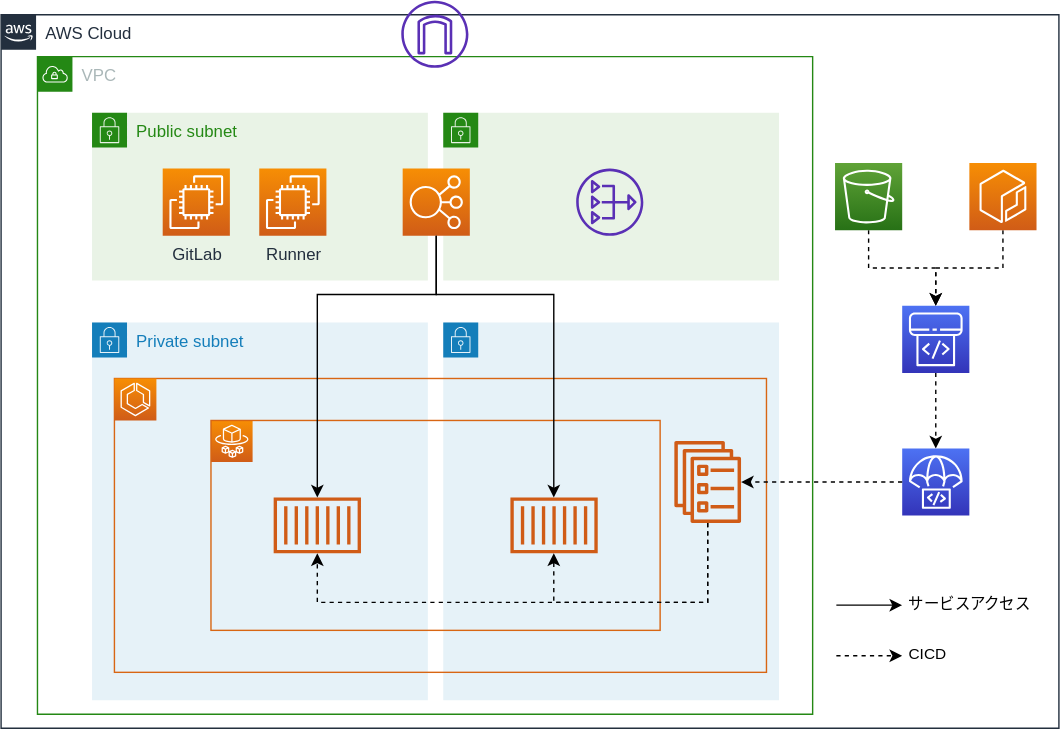
The draw.io diagram documents/images/use-service.svg in moriryota62/ecs-cicd, before a commit. Source tidied: cells renumbered, new cells last; positions are measured from the earlier drawing's top-left corner, leaving out a move shared by most shapes. Its diagram source:
```xml
<mxGraphModel>
  <root>
    <mxCell id="0" />
    <mxCell id="1" parent="0" />
    <mxCell id="2" value="AWS Cloud" style="gradientColor=none;html=1;whiteSpace=wrap;fontSize=12;fontStyle=0;shape=mxgraph.aws4.group;grIcon=mxgraph.aws4.group_aws_cloud_alt;strokeColor=#232F3E;fillColor=none;verticalAlign=top;align=left;spacingLeft=30;fontColor=#232F3E;dashed=0;" parent="1" vertex="1">
      <mxGeometry y="10" width="756" height="510" as="geometry" />
    </mxCell>
    <mxCell id="3" value="VPC" style="gradientColor=none;html=1;whiteSpace=wrap;fontSize=12;fontStyle=0;shape=mxgraph.aws4.group;grIcon=mxgraph.aws4.group_vpc;strokeColor=#248814;fillColor=none;verticalAlign=top;align=left;spacingLeft=30;fontColor=#AAB7B8;dashed=0;" parent="1" vertex="1">
      <mxGeometry x="26" y="40" width="554" height="470" as="geometry" />
    </mxCell>
    <mxCell id="4" value="Public subnet" style="gradientColor=none;html=1;whiteSpace=wrap;fontSize=12;fontStyle=0;shape=mxgraph.aws4.group;grIcon=mxgraph.aws4.group_security_group;grStroke=0;strokeColor=#248814;fillColor=#E9F3E6;verticalAlign=top;align=left;spacingLeft=30;fontColor=#248814;dashed=0;" parent="1" vertex="1">
      <mxGeometry x="65" y="80" width="240" height="120" as="geometry" />
    </mxCell>
    <mxCell id="5" style="gradientColor=none;html=1;whiteSpace=wrap;fontSize=12;fontStyle=0;shape=mxgraph.aws4.group;grIcon=mxgraph.aws4.group_security_group;grStroke=0;strokeColor=#248814;fillColor=#E9F3E6;verticalAlign=top;align=left;spacingLeft=30;fontColor=#248814;dashed=0;" parent="1" vertex="1">
      <mxGeometry x="316" y="80" width="240" height="120" as="geometry" />
    </mxCell>
    <mxCell id="6" style="outlineConnect=0;fontColor=#232F3E;gradientColor=#F78E04;gradientDirection=north;fillColor=#D05C17;strokeColor=#ffffff;dashed=0;verticalLabelPosition=bottom;verticalAlign=top;align=center;html=1;fontSize=12;fontStyle=0;shape=mxgraph.aws4.resourceIcon;resIcon=mxgraph.aws4.elastic_load_balancing;" parent="1" vertex="1">
      <mxGeometry x="287" y="120" width="48" height="48" as="geometry" />
    </mxCell>
    <mxCell id="7" value="GitLab" style="fontColor=#232F3E;gradientColor=#F78E04;gradientDirection=north;fillColor=#D05C17;strokeColor=#ffffff;dashed=0;verticalLabelPosition=bottom;verticalAlign=top;align=center;html=1;fontSize=12;fontStyle=0;shape=mxgraph.aws4.resourceIcon;resIcon=mxgraph.aws4.ec2;" parent="1" vertex="1">
      <mxGeometry x="115.5" y="120" width="48" height="48" as="geometry" />
    </mxCell>
    <mxCell id="8" value="Runner" style="fontColor=#232F3E;gradientColor=#F78E04;gradientDirection=north;fillColor=#D05C17;strokeColor=#ffffff;dashed=0;verticalLabelPosition=bottom;verticalAlign=top;align=center;html=1;fontSize=12;fontStyle=0;shape=mxgraph.aws4.resourceIcon;resIcon=mxgraph.aws4.ec2;" parent="1" vertex="1">
      <mxGeometry x="184.5" y="120" width="48" height="48" as="geometry" />
    </mxCell>
    <mxCell id="9" style="fontColor=#232F3E;gradientColor=none;fillColor=#5A30B5;strokeColor=none;dashed=0;verticalLabelPosition=bottom;verticalAlign=top;align=center;html=1;fontSize=12;fontStyle=0;shape=mxgraph.aws4.internet_gateway;" parent="1" vertex="1">
      <mxGeometry x="286" width="48" height="48" as="geometry" />
    </mxCell>
    <mxCell id="10" style="edgeStyle=orthogonalEdgeStyle;rounded=0;jettySize=auto;html=1;dashed=1;" parent="1" edge="1" source="11" target="12">
      <mxGeometry relative="1" as="geometry" />
    </mxCell>
    <mxCell id="11" style="outlineConnect=0;fontColor=#232F3E;gradientColor=#4D72F3;gradientDirection=north;fillColor=#3334B9;strokeColor=#ffffff;dashed=0;verticalLabelPosition=bottom;verticalAlign=top;align=center;html=1;fontSize=12;fontStyle=0;shape=mxgraph.aws4.resourceIcon;resIcon=mxgraph.aws4.codepipeline;" parent="1" vertex="1">
      <mxGeometry x="644" y="218" width="48" height="48" as="geometry" />
    </mxCell>
    <mxCell id="12" style="outlineConnect=0;fontColor=#232F3E;gradientColor=#4D72F3;gradientDirection=north;fillColor=#3334B9;strokeColor=#ffffff;dashed=0;verticalLabelPosition=bottom;verticalAlign=top;align=center;html=1;fontSize=12;fontStyle=0;shape=mxgraph.aws4.resourceIcon;resIcon=mxgraph.aws4.codedeploy;" parent="1" vertex="1">
      <mxGeometry x="644" y="320" width="48" height="48" as="geometry" />
    </mxCell>
    <mxCell id="13" style="edgeStyle=orthogonalEdgeStyle;rounded=0;jettySize=auto;html=1;dashed=1;" parent="1" edge="1" source="14" target="11">
      <mxGeometry relative="1" as="geometry" />
    </mxCell>
    <mxCell id="14" style="outlineConnect=0;fontColor=#232F3E;gradientColor=#60A337;gradientDirection=north;fillColor=#277116;strokeColor=#ffffff;dashed=0;verticalLabelPosition=bottom;verticalAlign=top;align=center;html=1;fontSize=12;fontStyle=0;shape=mxgraph.aws4.resourceIcon;resIcon=mxgraph.aws4.s3;" parent="1" vertex="1">
      <mxGeometry x="596" y="116" width="48" height="48" as="geometry" />
    </mxCell>
    <mxCell id="15" style="edgeStyle=orthogonalEdgeStyle;rounded=0;jettySize=auto;html=1;dashed=1;" parent="1" edge="1" source="16" target="11">
      <mxGeometry relative="1" as="geometry" />
    </mxCell>
    <mxCell id="16" style="outlineConnect=0;fontColor=#232F3E;gradientColor=#F78E04;gradientDirection=north;fillColor=#D05C17;strokeColor=#ffffff;dashed=0;verticalLabelPosition=bottom;verticalAlign=top;align=center;html=1;fontSize=12;fontStyle=0;shape=mxgraph.aws4.resourceIcon;resIcon=mxgraph.aws4.ecr;" parent="1" vertex="1">
      <mxGeometry x="692" y="116" width="48" height="48" as="geometry" />
    </mxCell>
    <mxCell id="17" style="endArrow=classic;html=1;dashed=1;" parent="1" edge="1">
      <mxGeometry relative="1" as="geometry">
        <mxPoint x="596.9" y="468.2" as="sourcePoint" />
        <mxPoint x="643.9" y="468.2" as="targetPoint" />
      </mxGeometry>
    </mxCell>
    <mxCell id="18" value="CICD" style="edgeLabel;html=1;align=left;verticalAlign=middle;labelPosition=right;verticalLabelPosition=middle;" parent="17" vertex="1">
      <mxGeometry x="0.42" y="2" relative="1" as="geometry">
        <mxPoint x="17.1" as="offset" />
      </mxGeometry>
    </mxCell>
    <mxCell id="19" style="endArrow=classic;html=1;" parent="1" edge="1">
      <mxGeometry relative="1" as="geometry">
        <mxPoint x="596.9" y="432" as="sourcePoint" />
        <mxPoint x="643.9" y="432" as="targetPoint" />
      </mxGeometry>
    </mxCell>
    <mxCell id="20" value="サービスアクセス" style="edgeLabel;html=1;align=left;verticalAlign=middle;labelPosition=right;verticalLabelPosition=middle;" parent="19" vertex="1">
      <mxGeometry x="0.42" y="2" relative="1" as="geometry">
        <mxPoint x="17.1" as="offset" />
      </mxGeometry>
    </mxCell>
    <mxCell id="21" value="Private subnet" style="gradientColor=none;html=1;whiteSpace=wrap;fontSize=12;fontStyle=0;shape=mxgraph.aws4.group;grIcon=mxgraph.aws4.group_security_group;grStroke=0;strokeColor=#147EBA;fillColor=#E6F2F8;verticalAlign=top;align=left;spacingLeft=30;fontColor=#147EBA;dashed=0;" parent="1" vertex="1">
      <mxGeometry x="65" y="230" width="240" height="270" as="geometry" />
    </mxCell>
    <mxCell id="22" style="gradientColor=none;html=1;whiteSpace=wrap;fontSize=12;fontStyle=0;shape=mxgraph.aws4.group;grIcon=mxgraph.aws4.group_security_group;grStroke=0;strokeColor=#147EBA;fillColor=#E6F2F8;verticalAlign=top;align=left;spacingLeft=30;fontColor=#147EBA;dashed=0;" parent="1" vertex="1">
      <mxGeometry x="316" y="230" width="240" height="270" as="geometry" />
    </mxCell>
    <mxCell id="23" style="rounded=0;whiteSpace=wrap;html=1;strokeColor=#D86613;fillColor=none;" parent="1" vertex="1">
      <mxGeometry x="81" y="270" width="466" height="210" as="geometry" />
    </mxCell>
    <mxCell id="24" style="fontColor=#232F3E;gradientColor=#F78E04;gradientDirection=north;fillColor=#D05C17;strokeColor=#ffffff;dashed=0;verticalLabelPosition=bottom;verticalAlign=top;align=center;html=1;fontSize=12;fontStyle=0;shape=mxgraph.aws4.resourceIcon;resIcon=mxgraph.aws4.ecs;" parent="1" vertex="1">
      <mxGeometry x="81" y="270" width="30" height="30" as="geometry" />
    </mxCell>
    <mxCell id="25" style="edgeStyle=orthogonalEdgeStyle;rounded=0;jettySize=auto;html=1;dashed=1;" parent="1" edge="1" source="26" target="30">
      <mxGeometry relative="1" as="geometry">
        <Array as="points">
          <mxPoint x="505" y="430" />
          <mxPoint x="226" y="430" />
        </Array>
      </mxGeometry>
    </mxCell>
    <mxCell id="26" style="outlineConnect=0;fontColor=#232F3E;gradientColor=none;fillColor=#D05C17;strokeColor=none;dashed=0;verticalLabelPosition=bottom;verticalAlign=top;align=center;html=1;fontSize=12;fontStyle=0;shape=mxgraph.aws4.ecs_service;" parent="1" vertex="1">
      <mxGeometry x="481" y="314.8" width="48" height="58.5" as="geometry" />
    </mxCell>
    <mxCell id="27" style="fontColor=#232F3E;gradientColor=#F78E04;gradientDirection=north;fillColor=#D05C17;strokeColor=#ffffff;dashed=0;verticalLabelPosition=bottom;verticalAlign=top;align=center;html=1;fontSize=12;fontStyle=0;shape=mxgraph.aws4.resourceIcon;resIcon=mxgraph.aws4.fargate;" parent="1" vertex="1">
      <mxGeometry x="150" y="300" width="29.8" height="29.8" as="geometry" />
    </mxCell>
    <mxCell id="28" style="rounded=0;whiteSpace=wrap;html=1;strokeColor=#D86613;fillColor=none;" parent="1" vertex="1">
      <mxGeometry x="150" y="300" width="321" height="150" as="geometry" />
    </mxCell>
    <mxCell id="29" style="edgeStyle=orthogonalEdgeStyle;rounded=0;orthogonalLoop=1;jettySize=auto;html=1;exitX=0.5;exitY=1;exitDx=0;exitDy=0;" parent="1" edge="1" source="28" target="28">
      <mxGeometry relative="1" as="geometry" />
    </mxCell>
    <mxCell id="30" style="outlineConnect=0;fontColor=#232F3E;gradientColor=none;fillColor=#D05C17;strokeColor=none;dashed=0;verticalLabelPosition=bottom;verticalAlign=top;align=center;html=1;fontSize=12;fontStyle=0;shape=mxgraph.aws4.container_1;" parent="1" vertex="1">
      <mxGeometry x="194.8" y="355" width="62.4" height="40" as="geometry" />
    </mxCell>
    <mxCell id="31" style="outlineConnect=0;fontColor=#232F3E;gradientColor=none;fillColor=#D05C17;strokeColor=none;dashed=0;verticalLabelPosition=bottom;verticalAlign=top;align=center;html=1;fontSize=12;fontStyle=0;shape=mxgraph.aws4.container_1;" parent="1" vertex="1">
      <mxGeometry x="364" y="355" width="62.4" height="40" as="geometry" />
    </mxCell>
    <mxCell id="32" style="edgeStyle=orthogonalEdgeStyle;rounded=0;jettySize=auto;html=1;dashed=1;" parent="1" edge="1" source="12" target="26">
      <mxGeometry relative="1" as="geometry" />
    </mxCell>
    <mxCell id="33" style="edgeStyle=orthogonalEdgeStyle;rounded=0;jettySize=auto;html=1;dashed=1;" parent="1" edge="1" source="26" target="31">
      <mxGeometry relative="1" as="geometry">
        <Array as="points">
          <mxPoint x="505" y="430" />
          <mxPoint x="395" y="430" />
        </Array>
      </mxGeometry>
    </mxCell>
    <mxCell id="34" style="edgeStyle=orthogonalEdgeStyle;rounded=0;jettySize=auto;html=1;" parent="1" edge="1" source="6" target="30">
      <mxGeometry relative="1" as="geometry">
        <Array as="points">
          <mxPoint x="311" y="210" />
          <mxPoint x="226" y="210" />
        </Array>
      </mxGeometry>
    </mxCell>
    <mxCell id="35" style="edgeStyle=orthogonalEdgeStyle;rounded=0;jettySize=auto;html=1;" parent="1" edge="1" source="6" target="31">
      <mxGeometry relative="1" as="geometry">
        <Array as="points">
          <mxPoint x="311" y="210" />
          <mxPoint x="395" y="210" />
        </Array>
      </mxGeometry>
    </mxCell>
    <mxCell id="36" style="fontColor=#232F3E;gradientColor=none;fillColor=#5A30B5;strokeColor=none;dashed=0;verticalLabelPosition=bottom;verticalAlign=top;align=center;html=1;fontSize=12;fontStyle=0;shape=mxgraph.aws4.nat_gateway;" parent="1" vertex="1">
      <mxGeometry x="411" y="120" width="48" height="48" as="geometry" />
    </mxCell>
  </root>
</mxGraphModel>
```
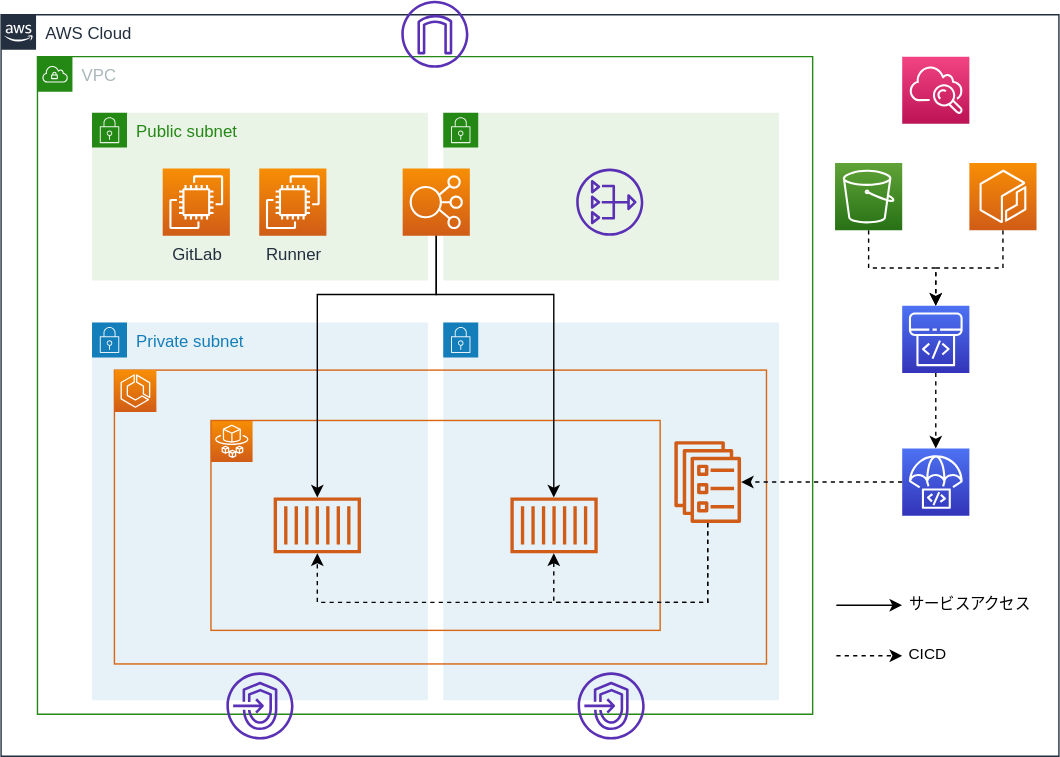
After the commit.

What changed in the source:
```diff
@@ -3,7 +3,7 @@
     <mxCell id="0" />
     <mxCell id="1" parent="0" />
     <mxCell id="2" value="AWS Cloud" style="gradientColor=none;html=1;whiteSpace=wrap;fontSize=12;fontStyle=0;shape=mxgraph.aws4.group;grIcon=mxgraph.aws4.group_aws_cloud_alt;strokeColor=#232F3E;fillColor=none;verticalAlign=top;align=left;spacingLeft=30;fontColor=#232F3E;dashed=0;" parent="1" vertex="1">
-      <mxGeometry y="10" width="756" height="510" as="geometry" />
+      <mxGeometry y="10" width="756" height="530" as="geometry" />
     </mxCell>
     <mxCell id="3" value="VPC" style="gradientColor=none;html=1;whiteSpace=wrap;fontSize=12;fontStyle=0;shape=mxgraph.aws4.group;grIcon=mxgraph.aws4.group_vpc;strokeColor=#248814;fillColor=none;verticalAlign=top;align=left;spacingLeft=30;fontColor=#AAB7B8;dashed=0;" parent="1" vertex="1">
       <mxGeometry x="26" y="40" width="554" height="470" as="geometry" />
@@ -76,10 +76,10 @@
       <mxGeometry x="316" y="230" width="240" height="270" as="geometry" />
     </mxCell>
     <mxCell id="23" style="rounded=0;whiteSpace=wrap;html=1;strokeColor=#D86613;fillColor=none;" parent="1" vertex="1">
-      <mxGeometry x="81" y="270" width="466" height="210" as="geometry" />
+      <mxGeometry x="81" y="264" width="466" height="210" as="geometry" />
     </mxCell>
     <mxCell id="24" style="fontColor=#232F3E;gradientColor=#F78E04;gradientDirection=north;fillColor=#D05C17;strokeColor=#ffffff;dashed=0;verticalLabelPosition=bottom;verticalAlign=top;align=center;html=1;fontSize=12;fontStyle=0;shape=mxgraph.aws4.resourceIcon;resIcon=mxgraph.aws4.ecs;" parent="1" vertex="1">
-      <mxGeometry x="81" y="270" width="30" height="30" as="geometry" />
+      <mxGeometry x="81" y="264" width="30" height="30" as="geometry" />
     </mxCell>
     <mxCell id="25" style="edgeStyle=orthogonalEdgeStyle;rounded=0;jettySize=auto;html=1;dashed=1;" parent="1" edge="1" source="26" target="30">
       <mxGeometry relative="1" as="geometry">
@@ -137,5 +137,14 @@
     <mxCell id="36" style="fontColor=#232F3E;gradientColor=none;fillColor=#5A30B5;strokeColor=none;dashed=0;verticalLabelPosition=bottom;verticalAlign=top;align=center;html=1;fontSize=12;fontStyle=0;shape=mxgraph.aws4.nat_gateway;" parent="1" vertex="1">
       <mxGeometry x="411" y="120" width="48" height="48" as="geometry" />
     </mxCell>
+    <mxCell id="37" style="fontColor=#232F3E;gradientColor=none;fillColor=#5A30B5;strokeColor=none;dashed=0;verticalLabelPosition=bottom;verticalAlign=top;align=center;html=1;fontSize=12;fontStyle=0;shape=mxgraph.aws4.endpoints;" parent="1" vertex="1">
+      <mxGeometry x="161" y="480" width="48" height="48" as="geometry" />
+    </mxCell>
+    <mxCell id="38" style="fontColor=#232F3E;gradientColor=none;fillColor=#5A30B5;strokeColor=none;dashed=0;verticalLabelPosition=bottom;verticalAlign=top;align=center;html=1;fontSize=12;fontStyle=0;shape=mxgraph.aws4.endpoints;" parent="1" vertex="1">
+      <mxGeometry x="412" y="480" width="48" height="48" as="geometry" />
+    </mxCell>
+    <mxCell id="39" style="fontColor=#232F3E;gradientColor=#F34482;gradientDirection=north;fillColor=#BC1356;strokeColor=#ffffff;dashed=0;verticalLabelPosition=bottom;verticalAlign=top;align=center;html=1;fontSize=12;fontStyle=0;shape=mxgraph.aws4.resourceIcon;resIcon=mxgraph.aws4.cloudwatch;" parent="1" vertex="1">
+      <mxGeometry x="644" y="40" width="48" height="48" as="geometry" />
+    </mxCell>
   </root>
 </mxGraphModel>
```
